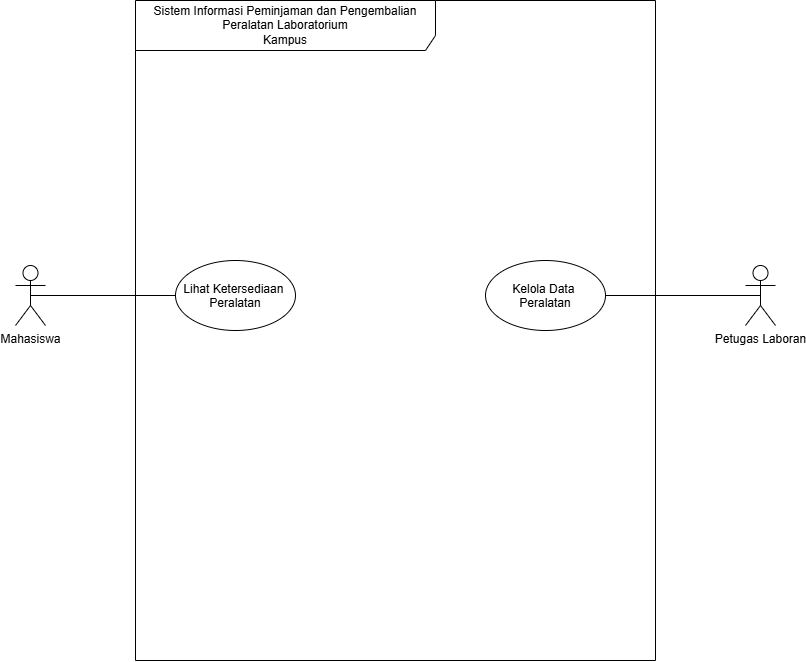
Above: 03_latihan_tools/P02/LAB/P02_2406093_LAB_notasi_usecase_v01.drawio.png in rovicantikk/IFRWP5149_2406093_LabAlat (draw.io), before the change. Source tidied: cells renumbered, new cells last; positions are measured from the earlier drawing's top-left corner, leaving out a move shared by most shapes.
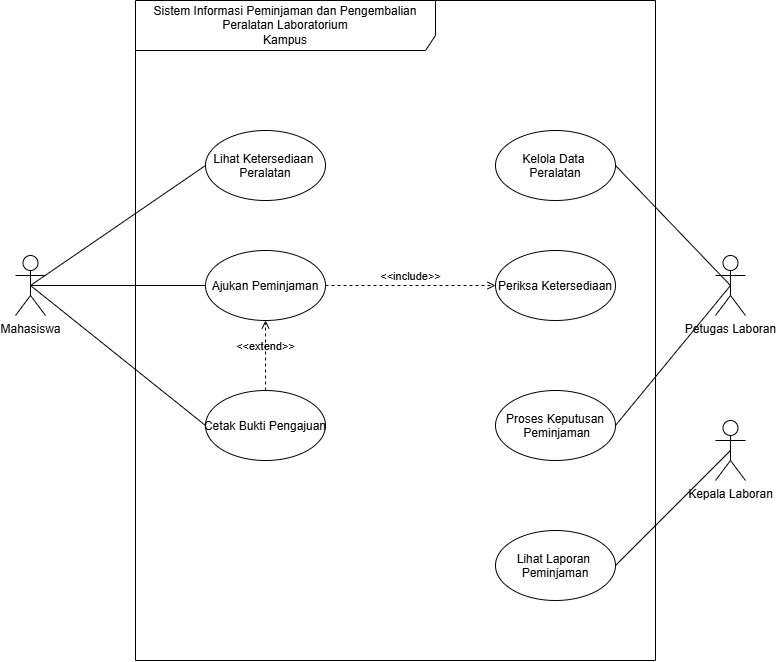
After the commit.

Change to the diagram source:
```diff
@@ -6,22 +6,58 @@
       <mxGeometry x="120" width="520" height="660" as="geometry" />
     </mxCell>
     <mxCell id="3" value="Lihat Ketersediaan &#10;Peralatan" style="ellipse;" parent="2" vertex="1">
-      <mxGeometry x="40" y="260" width="120" height="70" as="geometry" />
+      <mxGeometry x="70" y="130" width="120" height="70" as="geometry" />
     </mxCell>
     <mxCell id="4" value="Kelola Data &#10;Peralatan" style="ellipse;" parent="2" vertex="1">
-      <mxGeometry x="350" y="260" width="120" height="70" as="geometry" />
+      <mxGeometry x="360" y="130" width="120" height="70" as="geometry" />
     </mxCell>
+    <mxCell id="9" value="Lihat Laporan &#10;Peminjaman" style="ellipse;" parent="2" vertex="1">
+      <mxGeometry x="360" y="530" width="120" height="70" as="geometry" />
+    </mxCell>
+    <mxCell id="10" value="Ajukan Peminjaman" style="ellipse;" parent="2" vertex="1">
+      <mxGeometry x="70" y="250" width="120" height="70" as="geometry" />
+    </mxCell>
+    <mxCell id="11" value="Cetak Bukti Pengajuan" style="ellipse;" parent="2" vertex="1">
+      <mxGeometry x="70" y="390" width="120" height="70" as="geometry" />
+    </mxCell>
+    <mxCell id="12" value="Proses Keputusan&#10; Peminjaman" style="ellipse;" parent="2" vertex="1">
+      <mxGeometry x="360" y="390" width="120" height="70" as="geometry" />
+    </mxCell>
+    <mxCell id="13" value="Periksa Ketersediaan" style="ellipse;" parent="2" vertex="1">
+      <mxGeometry x="360" y="250" width="120" height="70" as="geometry" />
+    </mxCell>
+    <mxCell id="14" value="&amp;lt;&amp;lt;extend&amp;gt;&amp;gt;" style="html=1;verticalAlign=bottom;labelBackgroundColor=none;endArrow=open;endFill=0;dashed=1;rounded=0;exitX=0.5;exitY=0;exitDx=0;exitDy=0;entryX=0.5;entryY=1;entryDx=0;entryDy=0;" parent="2" edge="1" source="11" target="10">
+      <mxGeometry relative="1" as="geometry" />
+    </mxCell>
+    <mxCell id="15" value="&amp;lt;&amp;lt;include&amp;gt;&amp;gt;" style="html=1;verticalAlign=bottom;labelBackgroundColor=none;endArrow=open;endFill=0;dashed=1;rounded=0;exitX=1;exitY=0.5;exitDx=0;exitDy=0;entryX=0;entryY=0.5;entryDx=0;entryDy=0;" parent="2" edge="1" source="10" target="13">
+      <mxGeometry relative="1" as="geometry" />
+    </mxCell>
+    <mxCell id="6" value="Mahasiswa" style="shape=umlActor;verticalLabelPosition=bottom;verticalAlign=top;html=1;" parent="1" vertex="1">
+      <mxGeometry y="255" width="30" height="60" as="geometry" />
+    </mxCell>
+    <mxCell id="8" value="Petugas Laboran" style="shape=umlActor;verticalLabelPosition=bottom;verticalAlign=top;html=1;" parent="1" vertex="1">
+      <mxGeometry x="700" y="255" width="30" height="60" as="geometry" />
+    </mxCell>
+    <mxCell id="16" value="Kepala Laboran" style="shape=umlActor;verticalLabelPosition=bottom;verticalAlign=top;html=1;" parent="1" vertex="1">
+      <mxGeometry x="700" y="420" width="30" height="60" as="geometry" />
+    </mxCell>
-    <mxCell id="5" style="edgeStyle=orthogonalEdgeStyle;rounded=0;jettySize=auto;html=1;exitX=0.5;exitY=0.5;exitDx=0;exitDy=0;exitPerimeter=0;startArrow=none;startFill=0;endArrow=none;endFill=0;" parent="1" edge="1" source="6" target="3">
+    <mxCell id="5" style="endArrow=none;html=1;rounded=0;exitX=0.5;exitY=0.5;exitDx=0;exitDy=0;exitPerimeter=0;entryX=0;entryY=0.5;entryDx=0;entryDy=0;" parent="1" edge="1" source="6" target="3">
       <mxGeometry relative="1" as="geometry" />
     </mxCell>
-    <mxCell id="6" value="Mahasiswa" style="shape=umlActor;verticalLabelPosition=bottom;verticalAlign=top;html=1;" parent="1" vertex="1">
-      <mxGeometry y="265" width="30" height="60" as="geometry" />
-    </mxCell>
-    <mxCell id="7" style="edgeStyle=orthogonalEdgeStyle;rounded=0;jettySize=auto;html=1;exitX=0.5;exitY=0.5;exitDx=0;exitDy=0;exitPerimeter=0;endArrow=none;endFill=0;" parent="1" edge="1" source="8" target="4">
-      <mxGeometry relative="1" as="geometry" />
-    </mxCell>
-    <mxCell id="8" value="Petugas Laboran" style="shape=umlActor;verticalLabelPosition=bottom;verticalAlign=top;html=1;" parent="1" vertex="1">
-      <mxGeometry x="730" y="265" width="30" height="60" as="geometry" />
-    </mxCell>
+    <mxCell id="17" style="endArrow=none;html=1;rounded=0;exitX=0.5;exitY=0.5;exitDx=0;exitDy=0;exitPerimeter=0;entryX=0;entryY=0.5;entryDx=0;entryDy=0;" parent="1" edge="1" source="6" target="10">
+      <mxGeometry relative="1" as="geometry" />
+    </mxCell>
+    <mxCell id="18" style="endArrow=none;html=1;rounded=0;exitX=0.5;exitY=0.5;exitDx=0;exitDy=0;exitPerimeter=0;entryX=0;entryY=0.5;entryDx=0;entryDy=0;" parent="1" edge="1" source="6" target="11">
+      <mxGeometry relative="1" as="geometry" />
+    </mxCell>
+    <mxCell id="19" style="endArrow=none;html=1;rounded=0;entryX=0.5;entryY=0.5;entryDx=0;entryDy=0;entryPerimeter=0;exitX=1;exitY=0.5;exitDx=0;exitDy=0;" parent="1" edge="1" source="4" target="8">
+      <mxGeometry relative="1" as="geometry" />
+    </mxCell>
+    <mxCell id="20" style="endArrow=none;html=1;rounded=0;entryX=0.5;entryY=0.5;entryDx=0;entryDy=0;entryPerimeter=0;exitX=1;exitY=0.5;exitDx=0;exitDy=0;" parent="1" edge="1" source="12" target="8">
+      <mxGeometry relative="1" as="geometry" />
+    </mxCell>
+    <mxCell id="21" style="endArrow=none;html=1;rounded=0;entryX=0.5;entryY=0.5;entryDx=0;entryDy=0;entryPerimeter=0;exitX=1;exitY=0.5;exitDx=0;exitDy=0;" parent="1" edge="1" source="9" target="16">
+      <mxGeometry relative="1" as="geometry" />
+    </mxCell>
   </root>
 </mxGraphModel>
```
